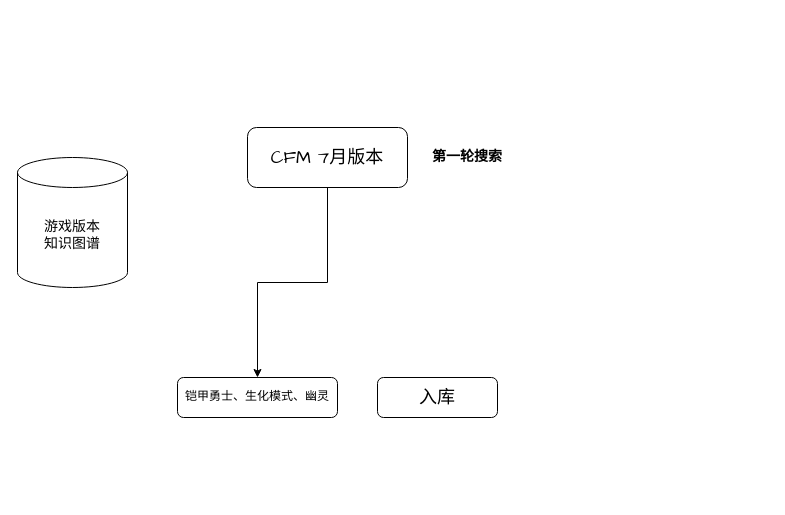
Earlier version of the draw.io diagram 版本库挖掘.drawio (skindhu/9GAG). Source tidied: cells renumbered, new cells numbered last; positions are measured from the earlier drawing's top-left corner, leaving out a move shared by most shapes. Both pictures are drawn from the tidied source at 100%, with x=0, y=0 at pixel (17, 127).
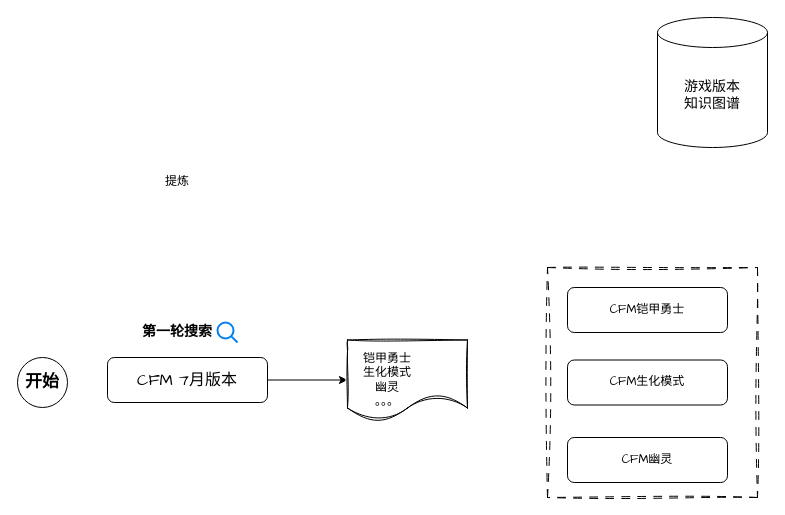
The same page after the edit.

Commit message (it also covers changes not shown here):
更新版本库挖掘.drawio

What changed in the source:
```diff
@@
 <mxGraphModel>
   <root>
     <mxCell id="0" />
     <mxCell id="1" parent="0" />
-    <mxCell id="2" style="edgeStyle=orthogonalEdgeStyle;rounded=0;hachureGap=4;jettySize=auto;html=1;fontFamily=Architects Daughter;entryX=0.5;entryY=0;entryDx=0;entryDy=0;" parent="1" edge="1" source="3" target="6">
-      <mxGeometry relative="1" as="geometry" />
-    </mxCell>
+    <mxCell id="8" style="edgeStyle=orthogonalEdgeStyle;rounded=0;hachureGap=4;jettySize=auto;html=1;entryX=0;entryY=0.5;entryDx=0;entryDy=0;fontFamily=Architects Daughter;" parent="1" edge="1" source="3" target="10">
+      <mxGeometry relative="1" as="geometry" />
+    </mxCell>
-    <mxCell id="3" value="&lt;font style=&quot;font-size: 18px;&quot;&gt;CFM 7月版本&lt;/font&gt;" style="rounded=1;whiteSpace=wrap;html=1;hachureGap=4;fontFamily=Architects Daughter;" parent="1" vertex="1">
-      <mxGeometry x="230" width="160" height="60" as="geometry" />
+    <mxCell id="3" value="&lt;font style=&quot;font-size: 16px;&quot;&gt;CFM 7月版本&lt;/font&gt;" style="rounded=1;whiteSpace=wrap;html=1;hachureGap=4;fontFamily=Architects Daughter;" parent="1" vertex="1">
+      <mxGeometry x="90" y="230" width="160" height="45" as="geometry" />
     </mxCell>
     <mxCell id="4" value="&lt;font style=&quot;font-size: 14px;&quot;&gt;游戏版本&lt;br&gt;知识图谱&lt;/font&gt;" style="shape=cylinder3;whiteSpace=wrap;html=1;boundedLbl=1;backgroundOutline=1;size=15;hachureGap=4;fontFamily=Architects Daughter;" parent="1" vertex="1">
-      <mxGeometry y="30" width="110" height="130" as="geometry" />
+      <mxGeometry x="640" y="-110" width="110" height="130" as="geometry" />
     </mxCell>
     <mxCell id="5" value="&lt;b&gt;&lt;font style=&quot;font-size: 14px;&quot;&gt;第一轮搜索&lt;/font&gt;&lt;/b&gt;" style="text;html=1;align=center;verticalAlign=middle;whiteSpace=wrap;rounded=0;fontFamily=Architects Daughter;" parent="1" vertex="1">
-      <mxGeometry x="400" y="15" width="100" height="30" as="geometry" />
+      <mxGeometry x="110" y="190" width="100" height="30" as="geometry" />
     </mxCell>
-    <mxCell id="6" value="铠甲勇士、生化模式、幽灵" style="rounded=1;whiteSpace=wrap;html=1;hachureGap=4;fontFamily=Architects Daughter;" parent="1" vertex="1">
-      <mxGeometry x="160" y="250" width="160" height="40" as="geometry" />
-    </mxCell>
-    <mxCell id="7" value="&lt;font style=&quot;font-size: 18px;&quot;&gt;入库&lt;/font&gt;" style="rounded=1;whiteSpace=wrap;html=1;hachureGap=4;fontFamily=Architects Daughter;" parent="1" vertex="1">
-      <mxGeometry x="360" y="250" width="120" height="40" as="geometry" />
-    </mxCell>
+    <mxCell id="9" value="&lt;b&gt;&lt;font style=&quot;font-size: 17px;&quot;&gt;开始&lt;/font&gt;&lt;/b&gt;" style="ellipse;whiteSpace=wrap;html=1;hachureGap=4;fontFamily=Architects Daughter;" parent="1" vertex="1">
+      <mxGeometry y="230" width="50" height="50" as="geometry" />
+    </mxCell>
+    <mxCell id="10" style="shape=document;whiteSpace=wrap;html=1;boundedLbl=1;sketch=1;hachureGap=4;jiggle=2;curveFitting=1;fontFamily=Architects Daughter;" parent="1" vertex="1">
+      <mxGeometry x="330" y="212.5" width="120" height="80" as="geometry" />
+    </mxCell>
+    <mxCell id="11" value="铠甲勇士&lt;br&gt;生化模式&lt;br&gt;幽灵&lt;br&gt;。。。" style="text;html=1;align=center;verticalAlign=middle;whiteSpace=wrap;rounded=0;fontFamily=Architects Daughter;" parent="1" vertex="1">
+      <mxGeometry x="340" y="237.5" width="60" height="30" as="geometry" />
+    </mxCell>
+    <mxCell id="12" style="html=1;verticalLabelPosition=bottom;align=center;labelBackgroundColor=#ffffff;verticalAlign=top;strokeWidth=2;strokeColor=#0080F0;shadow=0;dashed=0;shape=mxgraph.ios7.icons.looking_glass;hachureGap=4;fontFamily=Architects Daughter;" parent="1" vertex="1">
+      <mxGeometry x="200" y="195" width="20" height="20" as="geometry" />
+    </mxCell>
+    <mxCell id="13" value="CFM铠甲勇士" style="rounded=1;whiteSpace=wrap;html=1;hachureGap=4;fontFamily=Architects Daughter;" parent="1" vertex="1">
+      <mxGeometry x="550" y="160" width="160" height="45" as="geometry" />
+    </mxCell>
+    <mxCell id="14" value="CFM生化模式" style="rounded=1;whiteSpace=wrap;html=1;hachureGap=4;fontFamily=Architects Daughter;" parent="1" vertex="1">
+      <mxGeometry x="550" y="232.5" width="160" height="45" as="geometry" />
+    </mxCell>
+    <mxCell id="15" value="CFM幽灵" style="rounded=1;whiteSpace=wrap;html=1;hachureGap=4;fontFamily=Architects Daughter;" parent="1" vertex="1">
+      <mxGeometry x="550" y="310" width="160" height="45" as="geometry" />
+    </mxCell>
+    <mxCell id="16" style="rounded=0;whiteSpace=wrap;html=1;sketch=1;hachureGap=4;jiggle=2;curveFitting=1;fontFamily=Architects Daughter;dashed=1;dashPattern=8 8;fillColor=none;" parent="1" vertex="1">
+      <mxGeometry x="530" y="140" width="210" height="230" as="geometry" />
+    </mxCell>
+    <mxCell id="17" value="提炼" style="text;html=1;align=center;verticalAlign=middle;whiteSpace=wrap;rounded=0;fontFamily=Architects Daughter;" parent="1" vertex="1">
+      <mxGeometry x="130" y="40" width="60" height="30" as="geometry" />
+    </mxCell>
   </root>
 </mxGraphModel>
```
